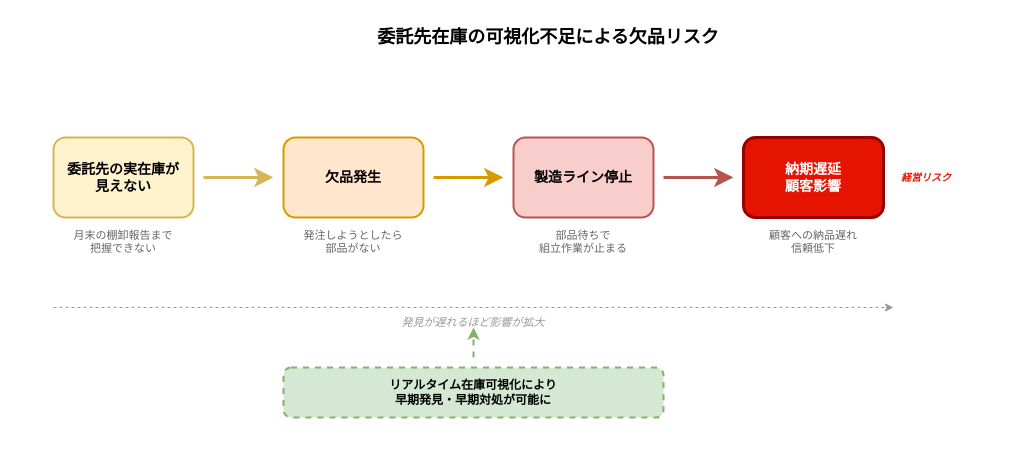
nttedt-fujita/QA-FY26 keeps this draw.io diagram as sessions/session309/stockout-risk-flow.drawio. Above is the earlier version. Source tidied: cells renumbered, new cells numbered last; positions are measured from the earlier drawing's top-left corner, leaving out a move shared by most shapes. Both pictures are drawn from the tidied source at 100%, with x=0, y=0 at pixel (53, 17).
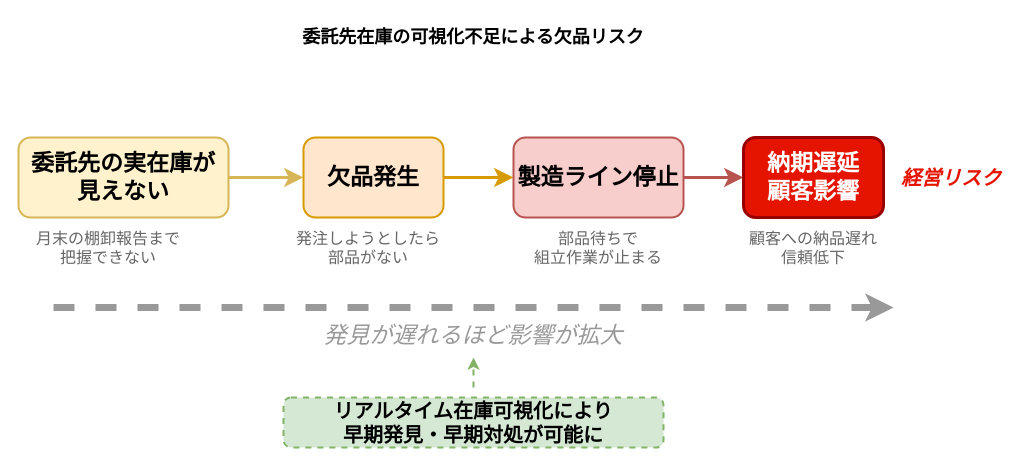
The same diagram, later.

What changed in the source:
```diff
@@
     <mxCell id="2" value="委託先在庫の可視化不足による欠品リスク" style="text;html=1;strokeColor=none;fillColor=none;align=center;verticalAlign=middle;whiteSpace=wrap;rounded=0;fontSize=18;fontStyle=1;" parent="1" vertex="1">
-      <mxGeometry x="270" width="450" height="40" as="geometry" />
+      <mxGeometry x="195" width="450" height="40" as="geometry" />
     </mxCell>
-    <mxCell id="3" value="委託先の実在庫が&#10;見えない" style="rounded=1;whiteSpace=wrap;html=1;fillColor=#fff2cc;strokeColor=#d6b656;strokeWidth=2;fontSize=14;fontStyle=1;align=center;verticalAlign=middle;" parent="1" vertex="1">
-      <mxGeometry y="120" width="140" height="80" as="geometry" />
+    <mxCell id="3" value="委託先の実在庫が&#10;見えない" style="rounded=1;whiteSpace=wrap;html=1;fillColor=#fff2cc;strokeColor=#d6b656;strokeWidth=2;fontSize=23;fontStyle=1;align=center;verticalAlign=middle;" parent="1" vertex="1">
+      <mxGeometry x="-35" y="120" width="210" height="80" as="geometry" />
     </mxCell>
-    <mxCell id="4" value="月末の棚卸報告まで&#10;把握できない" style="text;html=1;strokeColor=none;fillColor=none;align=center;verticalAlign=top;whiteSpace=wrap;rounded=0;fontSize=11;fontColor=#666666;" parent="1" vertex="1">
-      <mxGeometry y="205" width="140" height="40" as="geometry" />
+    <mxCell id="4" value="月末の棚卸報告まで&#10;把握できない" style="text;html=1;strokeColor=none;fillColor=none;align=center;verticalAlign=top;whiteSpace=wrap;rounded=0;fontSize=16;fontColor=#666666;" parent="1" vertex="1">
+      <mxGeometry x="-30" y="205" width="170" height="45" as="geometry" />
     </mxCell>
-    <mxCell id="5" style="endArrow=classic;html=1;strokeWidth=3;strokeColor=#d6b656;endSize=10;" parent="1" edge="1">
-      <mxGeometry relative="1" as="geometry">
-        <mxPoint x="150" y="160" as="sourcePoint" />
-        <mxPoint x="220" y="160" as="targetPoint" />
-      </mxGeometry>
+    <mxCell id="5" style="endArrow=classic;html=1;strokeWidth=3;strokeColor=#d6b656;endSize=10;fontSize=23;exitX=1;exitY=0.5;exitDx=0;exitDy=0;entryX=0;entryY=0.5;entryDx=0;entryDy=0;" parent="1" edge="1" source="3" target="6">
+      <mxGeometry relative="1" as="geometry" />
     </mxCell>
-    <mxCell id="6" value="欠品発生" style="rounded=1;whiteSpace=wrap;html=1;fillColor=#ffe6cc;strokeColor=#d79b00;strokeWidth=2;fontSize=14;fontStyle=1;align=center;verticalAlign=middle;" parent="1" vertex="1">
-      <mxGeometry x="230" y="120" width="140" height="80" as="geometry" />
+    <mxCell id="6" value="欠品発生" style="rounded=1;whiteSpace=wrap;html=1;fillColor=#ffe6cc;strokeColor=#d79b00;strokeWidth=2;fontSize=23;fontStyle=1;align=center;verticalAlign=middle;" parent="1" vertex="1">
+      <mxGeometry x="250" y="120" width="140" height="80" as="geometry" />
     </mxCell>
-    <mxCell id="7" value="発注しようとしたら&#10;部品がない" style="text;html=1;strokeColor=none;fillColor=none;align=center;verticalAlign=top;whiteSpace=wrap;rounded=0;fontSize=11;fontColor=#666666;" parent="1" vertex="1">
-      <mxGeometry x="230" y="205" width="140" height="40" as="geometry" />
+    <mxCell id="7" value="発注しようとしたら&#10;部品がない" style="text;html=1;strokeColor=none;fillColor=none;align=center;verticalAlign=top;whiteSpace=wrap;rounded=0;fontSize=16;fontColor=#666666;" parent="1" vertex="1">
+      <mxGeometry x="230" y="205" width="170" height="40" as="geometry" />
     </mxCell>
-    <mxCell id="8" style="endArrow=classic;html=1;strokeWidth=3;strokeColor=#d79b00;endSize=10;" parent="1" edge="1">
-      <mxGeometry relative="1" as="geometry">
-        <mxPoint x="380" y="160" as="sourcePoint" />
-        <mxPoint x="450" y="160" as="targetPoint" />
-      </mxGeometry>
+    <mxCell id="8" style="endArrow=classic;html=1;strokeWidth=3;strokeColor=#d79b00;endSize=10;fontSize=23;exitX=1;exitY=0.5;exitDx=0;exitDy=0;entryX=0;entryY=0.5;entryDx=0;entryDy=0;" parent="1" edge="1" source="6" target="9">
+      <mxGeometry relative="1" as="geometry" />
     </mxCell>
-    <mxCell id="9" value="製造ライン停止" style="rounded=1;whiteSpace=wrap;html=1;fillColor=#f8cecc;strokeColor=#b85450;strokeWidth=2;fontSize=14;fontStyle=1;align=center;verticalAlign=middle;" parent="1" vertex="1">
-      <mxGeometry x="460" y="120" width="140" height="80" as="geometry" />
+    <mxCell id="9" value="製造ライン停止" style="rounded=1;whiteSpace=wrap;html=1;fillColor=#f8cecc;strokeColor=#b85450;strokeWidth=2;fontSize=23;fontStyle=1;align=center;verticalAlign=middle;" parent="1" vertex="1">
+      <mxGeometry x="460" y="120" width="170" height="80" as="geometry" />
     </mxCell>
-    <mxCell id="10" value="部品待ちで&#10;組立作業が止まる" style="text;html=1;strokeColor=none;fillColor=none;align=center;verticalAlign=top;whiteSpace=wrap;rounded=0;fontSize=11;fontColor=#666666;" parent="1" vertex="1">
-      <mxGeometry x="460" y="205" width="140" height="40" as="geometry" />
+    <mxCell id="10" value="部品待ちで&#10;組立作業が止まる" style="text;html=1;strokeColor=none;fillColor=none;align=center;verticalAlign=top;whiteSpace=wrap;rounded=0;fontSize=16;fontColor=#666666;" parent="1" vertex="1">
+      <mxGeometry x="475" y="205" width="140" height="40" as="geometry" />
     </mxCell>
-    <mxCell id="11" style="endArrow=classic;html=1;strokeWidth=3;strokeColor=#b85450;endSize=10;" parent="1" edge="1">
-      <mxGeometry relative="1" as="geometry">
-        <mxPoint x="610" y="160" as="sourcePoint" />
-        <mxPoint x="680" y="160" as="targetPoint" />
-      </mxGeometry>
+    <mxCell id="11" style="endArrow=classic;html=1;strokeWidth=3;strokeColor=#b85450;endSize=10;fontSize=23;entryX=0;entryY=0.5;entryDx=0;entryDy=0;exitX=1;exitY=0.5;exitDx=0;exitDy=0;" parent="1" edge="1" source="9" target="12">
+      <mxGeometry relative="1" as="geometry" />
     </mxCell>
-    <mxCell id="12" value="納期遅延&#10;顧客影響" style="rounded=1;whiteSpace=wrap;html=1;fillColor=#e51400;strokeColor=#990000;strokeWidth=3;fontSize=14;fontStyle=1;align=center;verticalAlign=middle;fontColor=#FFFFFF;" parent="1" vertex="1">
+    <mxCell id="12" value="納期遅延&#10;顧客影響" style="rounded=1;whiteSpace=wrap;html=1;fillColor=#e51400;strokeColor=#990000;strokeWidth=3;fontSize=23;fontStyle=1;align=center;verticalAlign=middle;fontColor=#FFFFFF;" parent="1" vertex="1">
       <mxGeometry x="690" y="120" width="140" height="80" as="geometry" />
     </mxCell>
-    <mxCell id="13" value="顧客への納品遅れ&#10;信頼低下" style="text;html=1;strokeColor=none;fillColor=none;align=center;verticalAlign=top;whiteSpace=wrap;rounded=0;fontSize=11;fontColor=#666666;" parent="1" vertex="1">
+    <mxCell id="13" value="顧客への納品遅れ&#10;信頼低下" style="text;html=1;strokeColor=none;fillColor=none;align=center;verticalAlign=top;whiteSpace=wrap;rounded=0;fontSize=16;fontColor=#666666;" parent="1" vertex="1">
       <mxGeometry x="690" y="205" width="140" height="40" as="geometry" />
     </mxCell>
-    <mxCell id="14" style="endArrow=classic;html=1;strokeWidth=1;strokeColor=#999999;dashed=1;" parent="1" edge="1">
+    <mxCell id="14" style="endArrow=classic;html=1;strokeWidth=7;strokeColor=#999999;dashed=1;" parent="1" edge="1">
       <mxGeometry relative="1" as="geometry">
         <mxPoint y="290" as="sourcePoint" />
         <mxPoint x="840" y="290" as="targetPoint" />
       </mxGeometry>
     </mxCell>
-    <mxCell id="15" value="発見が遅れるほど影響が拡大" style="text;html=1;strokeColor=none;fillColor=none;align=center;verticalAlign=middle;whiteSpace=wrap;rounded=0;fontSize=11;fontColor=#999999;fontStyle=2;" parent="1" vertex="1">
-      <mxGeometry x="320" y="295" width="200" height="20" as="geometry" />
+    <mxCell id="15" value="発見が遅れるほど影響が拡大" style="text;html=1;strokeColor=none;fillColor=none;align=center;verticalAlign=middle;whiteSpace=wrap;rounded=0;fontSize=23;fontColor=#999999;fontStyle=2;" parent="1" vertex="1">
+      <mxGeometry x="255" y="300" width="330" height="35" as="geometry" />
     </mxCell>
-    <mxCell id="16" value="リアルタイム在庫可視化により&#10;早期発見・早期対処が可能に" style="rounded=1;whiteSpace=wrap;html=1;fillColor=#d5e8d4;strokeColor=#82b366;strokeWidth=2;fontSize=12;fontStyle=1;align=center;verticalAlign=middle;dashed=1;" parent="1" vertex="1">
-      <mxGeometry x="230" y="350" width="380" height="50" as="geometry" />
+    <mxCell id="16" value="リアルタイム在庫可視化により&#10;早期発見・早期対処が可能に" style="rounded=1;whiteSpace=wrap;html=1;fillColor=#d5e8d4;strokeColor=#82b366;strokeWidth=2;fontSize=20;fontStyle=1;align=center;verticalAlign=middle;dashed=1;" parent="1" vertex="1">
+      <mxGeometry x="230" y="380" width="380" height="50" as="geometry" />
     </mxCell>
     <mxCell id="17" style="endArrow=classic;html=1;strokeWidth=2;strokeColor=#82b366;dashed=1;" parent="1" edge="1">
       <mxGeometry relative="1" as="geometry">
-        <mxPoint x="420" y="340" as="sourcePoint" />
-        <mxPoint x="420" y="310" as="targetPoint" />
+        <mxPoint x="420" y="370" as="sourcePoint" />
+        <mxPoint x="420" y="340" as="targetPoint" />
       </mxGeometry>
     </mxCell>
-    <mxCell id="18" value="経営リスク" style="text;html=1;strokeColor=none;fillColor=none;align=right;verticalAlign=middle;whiteSpace=wrap;rounded=0;fontSize=10;fontColor=#e51400;fontStyle=3;" parent="1" vertex="1">
-      <mxGeometry x="840" y="150" width="60" height="20" as="geometry" />
+    <mxCell id="18" value="経営リスク" style="text;html=1;strokeColor=none;fillColor=none;align=right;verticalAlign=middle;whiteSpace=wrap;rounded=0;fontSize=20;fontColor=#e51400;fontStyle=3;" parent="1" vertex="1">
+      <mxGeometry x="840" y="150" width="110" height="20" as="geometry" />
     </mxCell>
```
